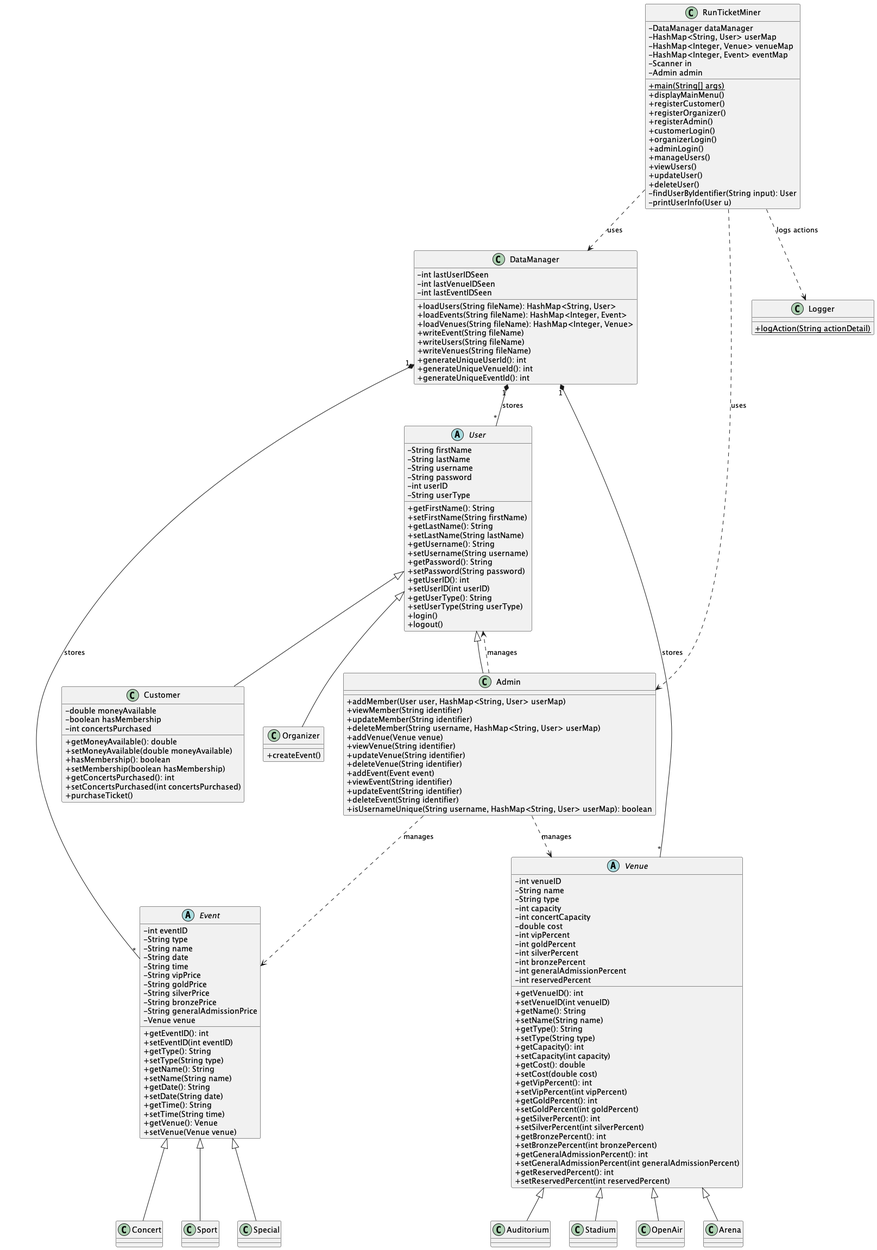
Before: out/ClassDiagram/ClassDiagram.png, a diagram exported from PlantUML (jluna4072/TicketMiner).
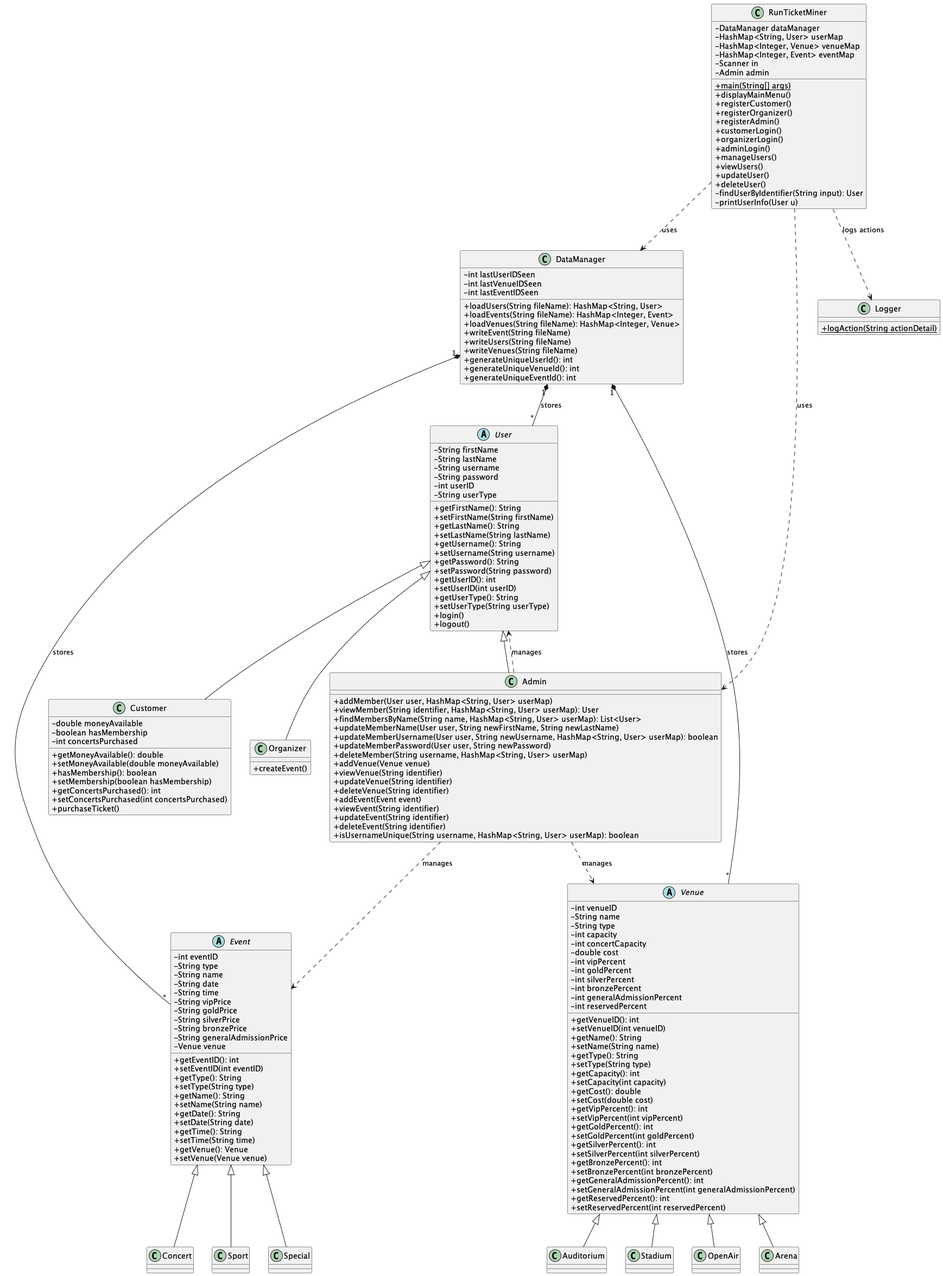
Later version of the same file.

Commit message:
Update ClassDiagram.png to reflect recent changes in class structure

Change to the diagram source:
```diff
@@ -42,8 +42,11 @@
 
 class Admin {
     + addMember(User user, HashMap<String, User> userMap)
-    + viewMember(String identifier)
-    + updateMember(String identifier)
+    + viewMember(String identifier, HashMap<String, User> userMap): User
+    + findMembersByName(String name, HashMap<String, User> userMap): List<User>
+    + updateMemberName(User user, String newFirstName, String newLastName)
+    + updateMemberUsername(User user, String newUsername, HashMap<String, User> userMap): boolean
+    + updateMemberPassword(User user, String newPassword)
     + deleteMember(String username, HashMap<String, User> userMap)
     + addVenue(Venue venue)
     + viewVenue(String identifier)
```
